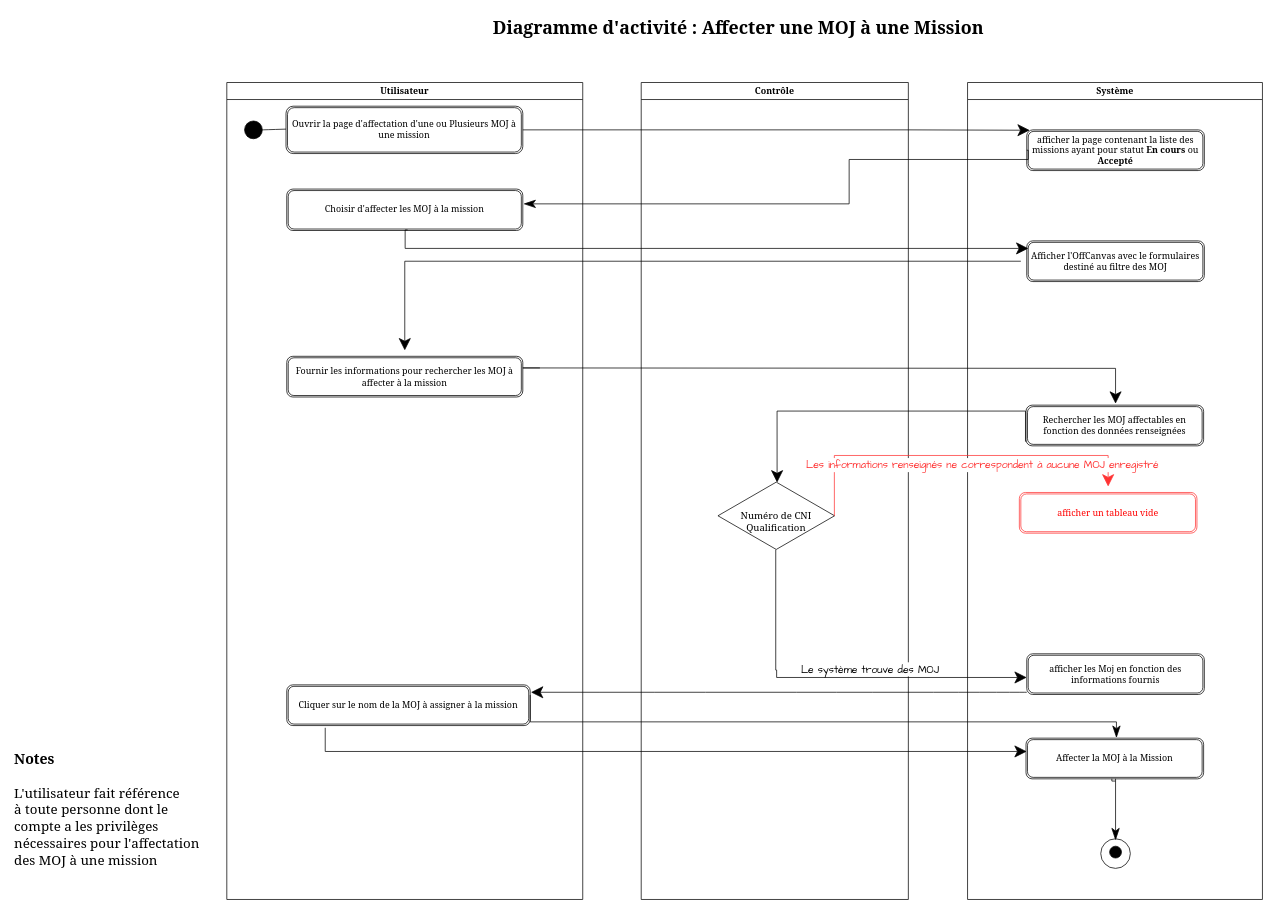
The draw.io diagram ActivityDiagramAssignsMojMission.drawio in ThuranJunior-AGL/AnalyseGEMOj, before the edit. Source tidied: cells renumbered, new cells numbered last; positions are measured from the earlier drawing's top-left corner, leaving out a move shared by most shapes. Both pictures are drawn from the tidied source at 74%, with x=0, y=0 at pixel (13, 13).
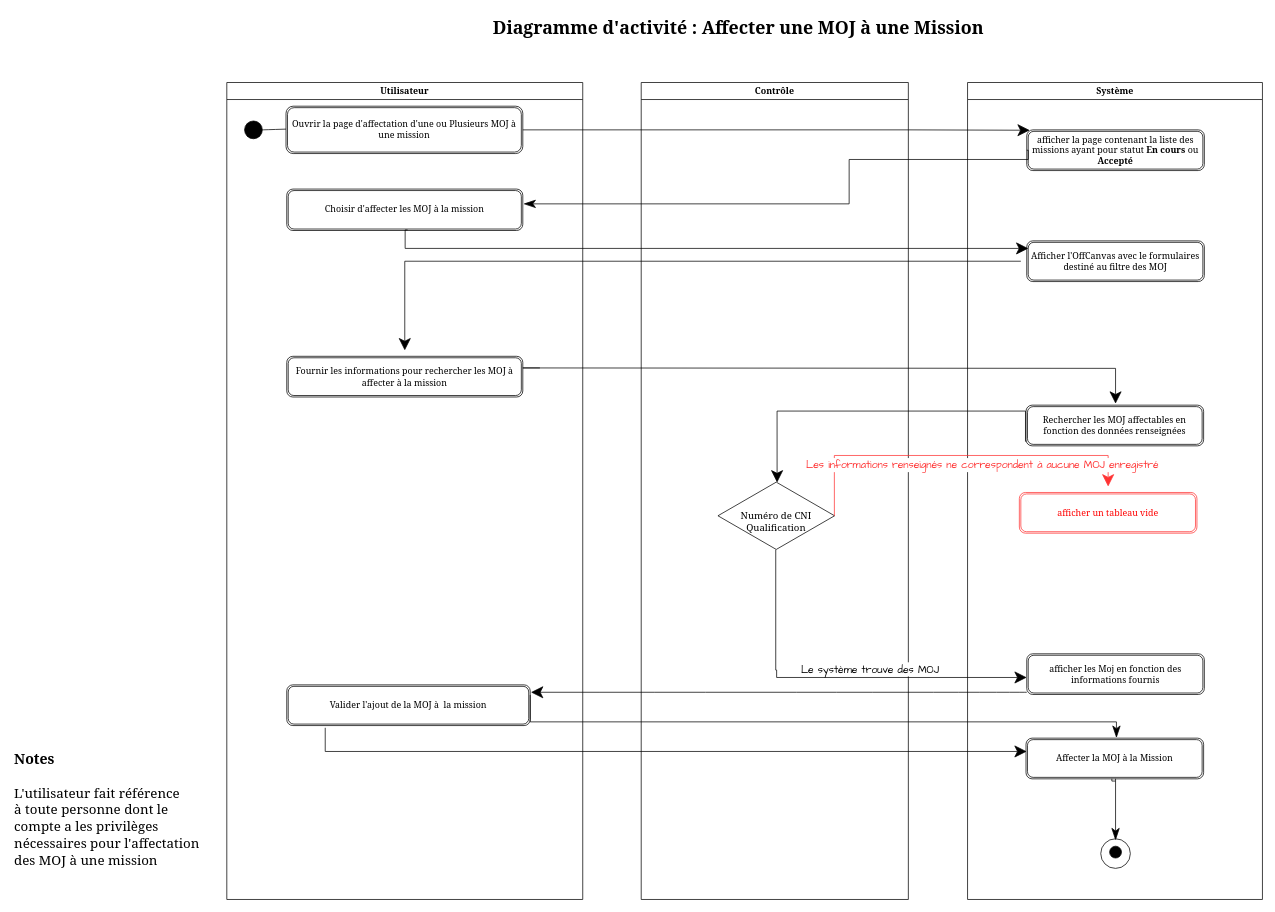
The same page after the edit.

Commit message (it also covers changes not shown here):
Mettre à jour ActivityDiagramAssignsMojMission.drawio

The change refers to these unchanged cells:
```xml
<mxCell id="2" value="Utilisateur" style="swimlane;whiteSpace=wrap;html=1;fontFamily=Georgia;" parent="1" vertex="1">
  <mxGeometry x="289" y="94" width="481" height="1104" as="geometry" />
</mxCell>
```

Change to the diagram source:
```diff
@@
-    <mxCell id="7" value="Cliquer sur le nom de la MOJ à assigner à la mission" style="shape=ext;double=1;rounded=1;whiteSpace=wrap;html=1;fontFamily=Georgia;" parent="2" vertex="1">
+    <mxCell id="7" value="Valider l'ajout de la MOJ à&amp;nbsp; la mission" style="shape=ext;double=1;rounded=1;whiteSpace=wrap;html=1;fontFamily=Georgia;" parent="2" vertex="1">
       <mxGeometry x="81" y="814" width="329" height="55" as="geometry" />
     </mxCell>
```
